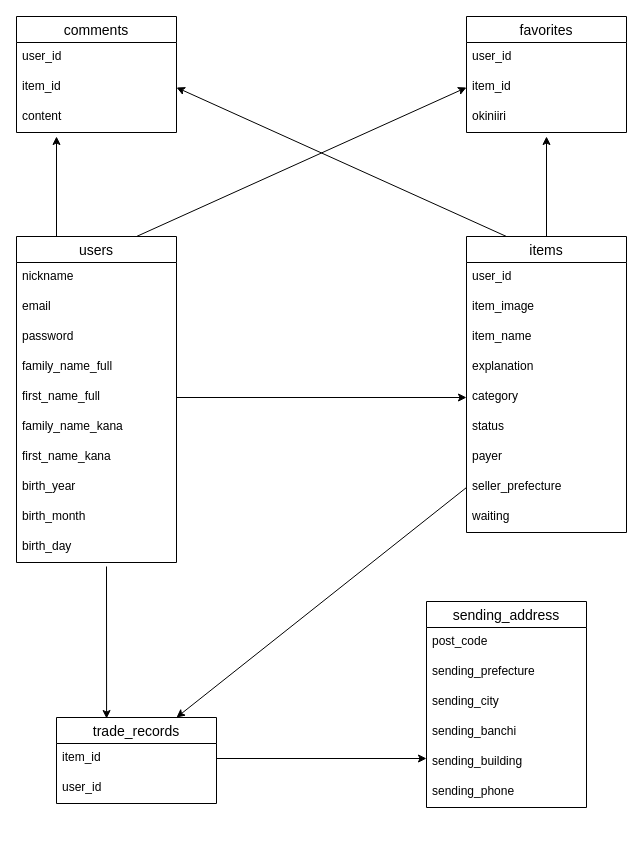
ryotaro960/furima-41543 keeps this draw.io diagram as Table.dio. Above is the earlier version. Source tidied: cells renumbered, new cells numbered last; positions are measured from the earlier drawing's top-left corner, leaving out a move shared by most shapes. Both pictures are drawn from the tidied source at 100%, with x=0, y=0 at pixel (16, 16).
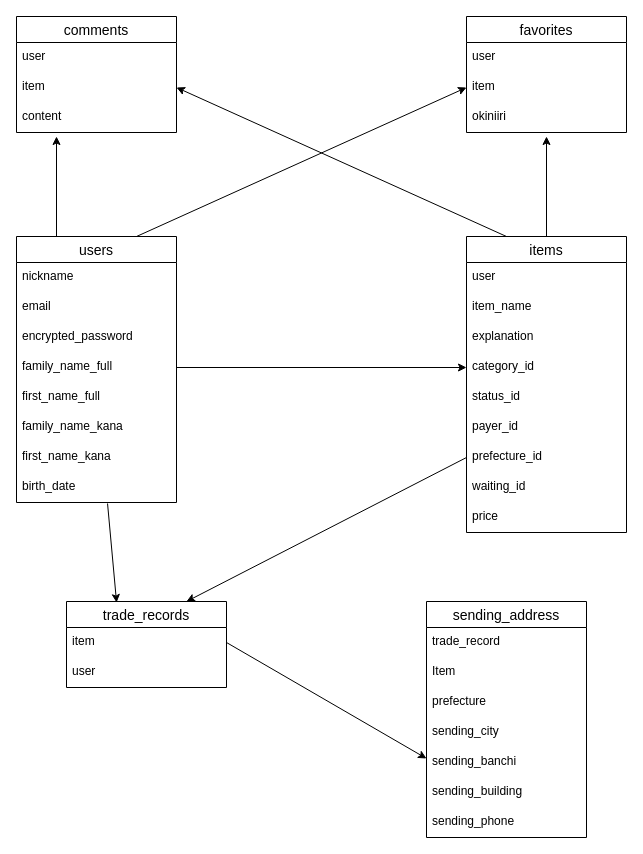
The same diagram, later.

Commit message (it also covers changes not shown here):
ER図、READMEの修正1

Unchanged cells that the change refers to:
```xml
<mxCell id="8" value="family_name_full" style="text;strokeColor=none;fillColor=none;spacingLeft=4;spacingRight=4;overflow=hidden;points=[[0,0.5],[1,0.5]];portConstraint=eastwest;fontSize=12;" parent="4" vertex="1">
  <mxGeometry y="116" width="160" height="30" as="geometry" />
</mxCell>
<mxCell id="9" value="first_name_full" style="text;strokeColor=none;fillColor=none;spacingLeft=4;spacingRight=4;overflow=hidden;points=[[0,0.5],[1,0.5]];portConstraint=eastwest;fontSize=12;" parent="4" vertex="1">
  <mxGeometry y="146" width="160" height="30" as="geometry" />
</mxCell>
<mxCell id="16" value="items" style="swimlane;fontStyle=0;horizontal=1;startSize=26;align=center;fontSize=14;" parent="1" vertex="1">
  <mxGeometry x="450" y="220" width="160" height="296" as="geometry" />
</mxCell>
<mxCell id="38" value="comments" style="swimlane;fontStyle=0;horizontal=1;startSize=26;align=center;fontSize=14;" parent="1" vertex="1">
  <mxGeometry width="160" height="116" as="geometry" />
</mxCell>
<mxCell id="42" value="favorites" style="swimlane;fontStyle=0;horizontal=1;startSize=26;align=center;fontSize=14;" parent="1" vertex="1">
  <mxGeometry x="450" width="160" height="116" as="geometry" />
</mxCell>
```

What changed in the source:
```diff
@@
     <mxCell id="4" value="users" style="swimlane;fontStyle=0;horizontal=1;startSize=26;align=center;fontSize=14;" parent="1" vertex="1">
-      <mxGeometry y="220" width="160" height="326" as="geometry" />
+      <mxGeometry y="220" width="160" height="266" as="geometry" />
     </mxCell>
@@
-    <mxCell id="7" value="password" style="text;strokeColor=none;fillColor=none;spacingLeft=4;spacingRight=4;overflow=hidden;fontSize=12;" parent="4" vertex="1">
+    <mxCell id="7" value="encrypted_password" style="text;strokeColor=none;fillColor=none;spacingLeft=4;spacingRight=4;overflow=hidden;fontSize=12;" parent="4" vertex="1">
       <mxGeometry y="86" width="160" height="30" as="geometry" />
     </mxCell>
@@
-    <mxCell id="12" value="birth_year" style="text;strokeColor=none;fillColor=none;spacingLeft=4;spacingRight=4;overflow=hidden;points=[[0,0.5],[1,0.5]];portConstraint=eastwest;fontSize=12;" parent="4" vertex="1">
+    <mxCell id="12" value="birth_date" style="text;strokeColor=none;fillColor=none;spacingLeft=4;spacingRight=4;overflow=hidden;points=[[0,0.5],[1,0.5]];portConstraint=eastwest;fontSize=12;" parent="4" vertex="1">
       <mxGeometry y="236" width="160" height="30" as="geometry" />
     </mxCell>
-    <mxCell id="13" value="birth_month" style="text;strokeColor=none;fillColor=none;spacingLeft=4;spacingRight=4;overflow=hidden;fontSize=12;" parent="4" vertex="1">
-      <mxGeometry y="266" width="160" height="30" as="geometry" />
-    </mxCell>
-    <mxCell id="14" value="birth_day" style="text;strokeColor=none;fillColor=none;spacingLeft=4;spacingRight=4;overflow=hidden;fontSize=12;" parent="4" vertex="1">
-      <mxGeometry y="296" width="160" height="30" as="geometry" />
-    </mxCell>
@@
-    <mxCell id="17" value="user_id" style="text;strokeColor=none;fillColor=none;spacingLeft=4;spacingRight=4;overflow=hidden;fontSize=12;" parent="16" vertex="1">
+    <mxCell id="17" value="user" style="text;strokeColor=none;fillColor=none;spacingLeft=4;spacingRight=4;overflow=hidden;fontSize=12;" parent="16" vertex="1">
       <mxGeometry y="26" width="160" height="30" as="geometry" />
     </mxCell>
-    <mxCell id="18" value="item_image" style="text;strokeColor=none;fillColor=none;spacingLeft=4;spacingRight=4;overflow=hidden;fontSize=12;" parent="16" vertex="1">
-      <mxGeometry y="56" width="160" height="30" as="geometry" />
-    </mxCell>
     <mxCell id="19" value="item_name" style="text;strokeColor=none;fillColor=none;spacingLeft=4;spacingRight=4;overflow=hidden;fontSize=12;" parent="16" vertex="1">
-      <mxGeometry y="86" width="160" height="30" as="geometry" />
+      <mxGeometry y="56" width="160" height="30" as="geometry" />
     </mxCell>
     <mxCell id="20" value="explanation" style="text;strokeColor=none;fillColor=none;spacingLeft=4;spacingRight=4;overflow=hidden;fontSize=12;" parent="16" vertex="1">
-      <mxGeometry y="116" width="160" height="30" as="geometry" />
+      <mxGeometry y="86" width="160" height="30" as="geometry" />
     </mxCell>
-    <mxCell id="21" value="category" style="text;strokeColor=none;fillColor=none;spacingLeft=4;spacingRight=4;overflow=hidden;points=[[0,0.5],[1,0.5]];portConstraint=eastwest;fontSize=12;" parent="16" vertex="1">
-      <mxGeometry y="146" width="160" height="30" as="geometry" />
+    <mxCell id="21" value="category_id" style="text;strokeColor=none;fillColor=none;spacingLeft=4;spacingRight=4;overflow=hidden;points=[[0,0.5],[1,0.5]];portConstraint=eastwest;fontSize=12;" parent="16" vertex="1">
+      <mxGeometry y="116" width="160" height="30" as="geometry" />
     </mxCell>
-    <mxCell id="22" value="status" style="text;strokeColor=none;fillColor=none;spacingLeft=4;spacingRight=4;overflow=hidden;fontSize=12;" parent="16" vertex="1">
-      <mxGeometry y="176" width="160" height="30" as="geometry" />
+    <mxCell id="22" value="status_id" style="text;strokeColor=none;fillColor=none;spacingLeft=4;spacingRight=4;overflow=hidden;fontSize=12;" parent="16" vertex="1">
+      <mxGeometry y="146" width="160" height="30" as="geometry" />
     </mxCell>
-    <mxCell id="23" value="payer" style="text;strokeColor=none;fillColor=none;spacingLeft=4;spacingRight=4;overflow=hidden;fontSize=12;" parent="16" vertex="1">
-      <mxGeometry y="206" width="160" height="30" as="geometry" />
+    <mxCell id="23" value="payer_id" style="text;strokeColor=none;fillColor=none;spacingLeft=4;spacingRight=4;overflow=hidden;fontSize=12;" parent="16" vertex="1">
+      <mxGeometry y="176" width="160" height="30" as="geometry" />
     </mxCell>
-    <mxCell id="24" value="seller_prefecture" style="text;strokeColor=none;fillColor=none;spacingLeft=4;spacingRight=4;overflow=hidden;points=[[0,0.5],[1,0.5]];portConstraint=eastwest;fontSize=12;" parent="16" vertex="1">
-      <mxGeometry y="236" width="160" height="30" as="geometry" />
+    <mxCell id="24" value="prefecture_id" style="text;strokeColor=none;fillColor=none;spacingLeft=4;spacingRight=4;overflow=hidden;points=[[0,0.5],[1,0.5]];portConstraint=eastwest;fontSize=12;" parent="16" vertex="1">
+      <mxGeometry y="206" width="160" height="30" as="geometry" />
     </mxCell>
-    <mxCell id="25" value="waiting" style="text;strokeColor=none;fillColor=none;spacingLeft=4;spacingRight=4;overflow=hidden;fontSize=12;" parent="16" vertex="1">
-      <mxGeometry y="266" width="160" height="30" as="geometry" />
+    <mxCell id="25" value="waiting_id" style="text;strokeColor=none;fillColor=none;spacingLeft=4;spacingRight=4;overflow=hidden;fontSize=12;" parent="16" vertex="1">
+      <mxGeometry y="236" width="160" height="30" as="geometry" />
     </mxCell>
+    <mxCell id="49" value="price" style="text;strokeColor=none;fillColor=none;spacingLeft=4;spacingRight=4;overflow=hidden;fontSize=12;" parent="16" vertex="1">
+      <mxGeometry y="266" width="160" height="30" as="geometry" />
+    </mxCell>
     <mxCell id="26" value="trade_records" style="swimlane;fontStyle=0;horizontal=1;startSize=26;align=center;fontSize=14;" parent="1" vertex="1">
-      <mxGeometry x="40" y="701" width="160" height="86" as="geometry" />
+      <mxGeometry x="50" y="585" width="160" height="86" as="geometry" />
     </mxCell>
-    <mxCell id="27" value="item_id" style="text;strokeColor=none;fillColor=none;spacingLeft=4;spacingRight=4;overflow=hidden;points=[[0,0.5],[1,0.5]];portConstraint=eastwest;fontSize=12;" parent="26" vertex="1">
+    <mxCell id="27" value="item" style="text;strokeColor=none;fillColor=none;spacingLeft=4;spacingRight=4;overflow=hidden;points=[[0,0.5],[1,0.5]];portConstraint=eastwest;fontSize=12;" parent="26" vertex="1">
       <mxGeometry y="26" width="160" height="30" as="geometry" />
     </mxCell>
-    <mxCell id="28" value="user_id" style="text;strokeColor=none;fillColor=none;spacingLeft=4;spacingRight=4;overflow=hidden;fontSize=12;" parent="26" vertex="1">
+    <mxCell id="28" value="user" style="text;strokeColor=none;fillColor=none;spacingLeft=4;spacingRight=4;overflow=hidden;fontSize=12;" parent="26" vertex="1">
       <mxGeometry y="56" width="160" height="30" as="geometry" />
     </mxCell>
     <mxCell id="29" value="sending_address" style="swimlane;fontStyle=0;horizontal=1;startSize=26;align=center;fontSize=14;" parent="1" vertex="1">
-      <mxGeometry x="410" y="585" width="160" height="206" as="geometry" />
+      <mxGeometry x="410" y="585" width="160" height="236" as="geometry" />
     </mxCell>
-    <mxCell id="30" value="post_code" style="text;strokeColor=none;fillColor=none;spacingLeft=4;spacingRight=4;overflow=hidden;fontSize=12;" parent="29" vertex="1">
+    <mxCell id="30" value="trade_record" style="text;strokeColor=none;fillColor=none;spacingLeft=4;spacingRight=4;overflow=hidden;fontSize=12;" parent="29" vertex="1">
       <mxGeometry y="26" width="160" height="30" as="geometry" />
     </mxCell>
+    <mxCell id="50" value="Item" style="text;strokeColor=none;fillColor=none;spacingLeft=4;spacingRight=4;overflow=hidden;fontSize=12;" parent="29" vertex="1">
+      <mxGeometry y="56" width="160" height="30" as="geometry" />
+    </mxCell>
-    <mxCell id="31" value="sending_prefecture" style="text;strokeColor=none;fillColor=none;spacingLeft=4;spacingRight=4;overflow=hidden;fontSize=12;" parent="29" vertex="1">
-      <mxGeometry y="56" width="160" height="30" as="geometry" />
+    <mxCell id="31" value="prefecture" style="text;strokeColor=none;fillColor=none;spacingLeft=4;spacingRight=4;overflow=hidden;fontSize=12;" parent="29" vertex="1">
+      <mxGeometry y="86" width="160" height="30" as="geometry" />
     </mxCell>
     <mxCell id="32" value="sending_city" style="text;strokeColor=none;fillColor=none;spacingLeft=4;spacingRight=4;overflow=hidden;fontSize=12;" parent="29" vertex="1">
-      <mxGeometry y="86" width="160" height="30" as="geometry" />
+      <mxGeometry y="116" width="160" height="30" as="geometry" />
     </mxCell>
     <mxCell id="33" value="sending_banchi" style="text;strokeColor=none;fillColor=none;spacingLeft=4;spacingRight=4;overflow=hidden;fontSize=12;" parent="29" vertex="1">
-      <mxGeometry y="116" width="160" height="30" as="geometry" />
+      <mxGeometry y="146" width="160" height="30" as="geometry" />
     </mxCell>
     <mxCell id="34" value="sending_building" style="text;strokeColor=none;fillColor=none;spacingLeft=4;spacingRight=4;overflow=hidden;fontSize=12;" parent="29" vertex="1">
-      <mxGeometry y="146" width="160" height="30" as="geometry" />
+      <mxGeometry y="176" width="160" height="30" as="geometry" />
     </mxCell>
     <mxCell id="35" value="sending_phone" style="text;strokeColor=none;fillColor=none;spacingLeft=4;spacingRight=4;overflow=hidden;fontSize=12;" parent="29" vertex="1">
-      <mxGeometry y="176" width="160" height="30" as="geometry" />
+      <mxGeometry y="206" width="160" height="30" as="geometry" />
     </mxCell>
@@
-    <mxCell id="39" value="user_id" style="text;strokeColor=none;fillColor=none;spacingLeft=4;spacingRight=4;overflow=hidden;fontSize=12;" parent="38" vertex="1">
+    <mxCell id="39" value="user" style="text;strokeColor=none;fillColor=none;spacingLeft=4;spacingRight=4;overflow=hidden;fontSize=12;" parent="38" vertex="1">
       <mxGeometry y="26" width="160" height="30" as="geometry" />
     </mxCell>
-    <mxCell id="40" value="item_id" style="text;strokeColor=none;fillColor=none;spacingLeft=4;spacingRight=4;overflow=hidden;points=[[0,0.5],[1,0.5]];portConstraint=eastwest;fontSize=12;" parent="38" vertex="1">
+    <mxCell id="40" value="item" style="text;strokeColor=none;fillColor=none;spacingLeft=4;spacingRight=4;overflow=hidden;points=[[0,0.5],[1,0.5]];portConstraint=eastwest;fontSize=12;" parent="38" vertex="1">
       <mxGeometry y="56" width="160" height="30" as="geometry" />
     </mxCell>
@@
-    <mxCell id="43" value="user_id" style="text;strokeColor=none;fillColor=none;spacingLeft=4;spacingRight=4;overflow=hidden;fontSize=12;" parent="42" vertex="1">
+    <mxCell id="43" value="user" style="text;strokeColor=none;fillColor=none;spacingLeft=4;spacingRight=4;overflow=hidden;fontSize=12;" parent="42" vertex="1">
       <mxGeometry y="26" width="160" height="30" as="geometry" />
     </mxCell>
-    <mxCell id="44" value="item_id" style="text;strokeColor=none;fillColor=none;spacingLeft=4;spacingRight=4;overflow=hidden;points=[[0,0.5],[1,0.5]];portConstraint=eastwest;fontSize=12;" parent="42" vertex="1">
+    <mxCell id="44" value="item" style="text;strokeColor=none;fillColor=none;spacingLeft=4;spacingRight=4;overflow=hidden;points=[[0,0.5],[1,0.5]];portConstraint=eastwest;fontSize=12;" parent="42" vertex="1">
       <mxGeometry y="56" width="160" height="30" as="geometry" />
     </mxCell>
@@
-    <mxCell id="46" style="edgeStyle=none;html=1;exitX=1;exitY=0.5;exitDx=0;exitDy=0;entryX=0;entryY=0.5;entryDx=0;entryDy=0;" parent="1" edge="1" source="9" target="21">
+    <mxCell id="46" style="edgeStyle=none;html=1;exitX=1;exitY=0.5;exitDx=0;exitDy=0;entryX=0;entryY=0.5;entryDx=0;entryDy=0;" parent="1" edge="1" source="8" target="21">
       <mxGeometry relative="1" as="geometry" />
     </mxCell>
@@
-    <mxCell id="48" style="edgeStyle=none;html=1;entryX=0.313;entryY=0.012;entryDx=0;entryDy=0;entryPerimeter=0;" parent="1" edge="1" target="26">
-      <mxGeometry relative="1" as="geometry">
-        <mxPoint x="90" y="550" as="sourcePoint" />
-      </mxGeometry>
+    <mxCell id="48" style="edgeStyle=none;html=1;entryX=0.313;entryY=0.012;entryDx=0;entryDy=0;entryPerimeter=0;exitX=0.569;exitY=1.033;exitDx=0;exitDy=0;exitPerimeter=0;" parent="1" edge="1" source="12" target="26">
+      <mxGeometry relative="1" as="geometry" />
     </mxCell>
```
